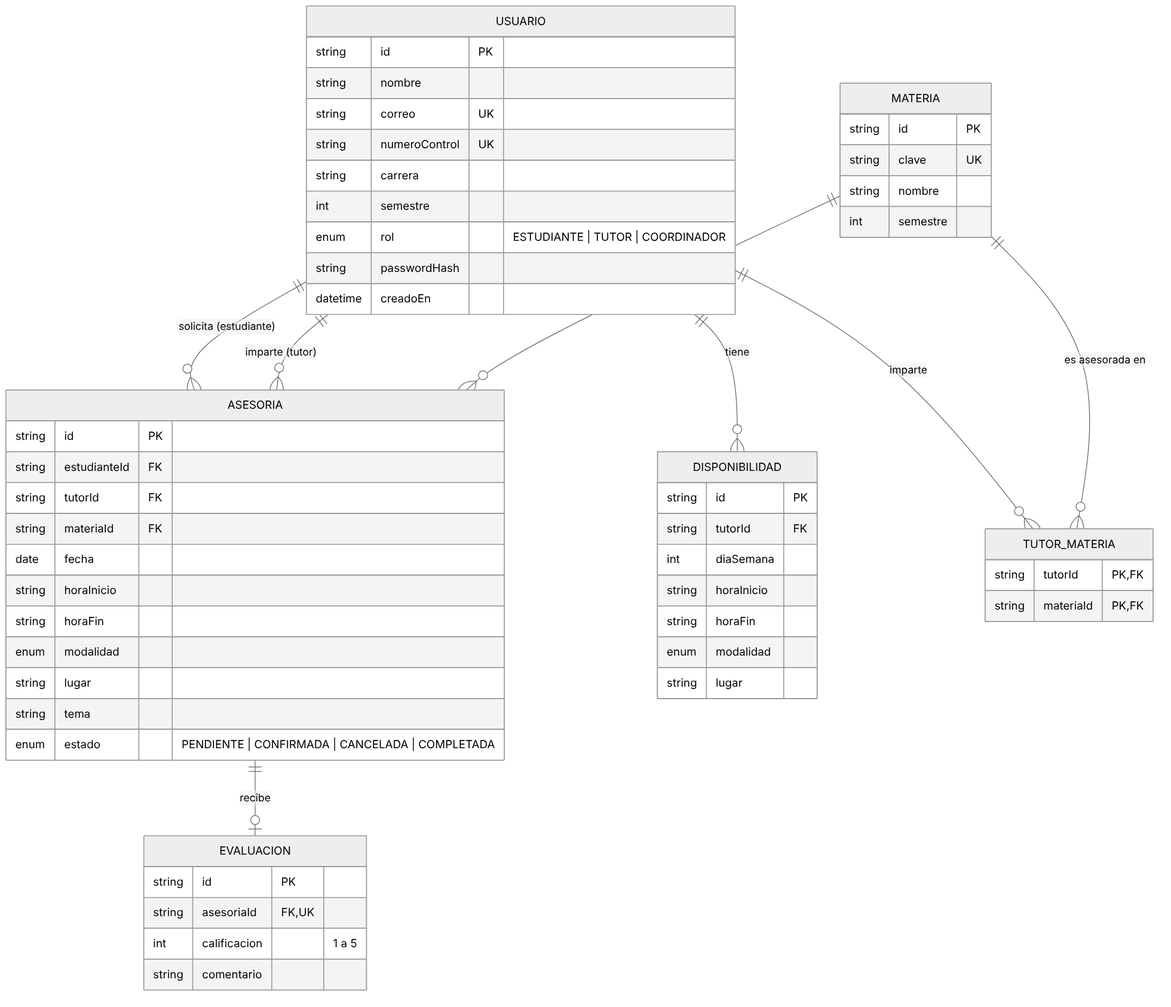
Earlier version of the Mermaid export docs/diagramas/modelo-bd.png (BrisaAguayo/AsesoraTe). Its source is kept beside it as docs/diagramas/modelo-bd.mmd.
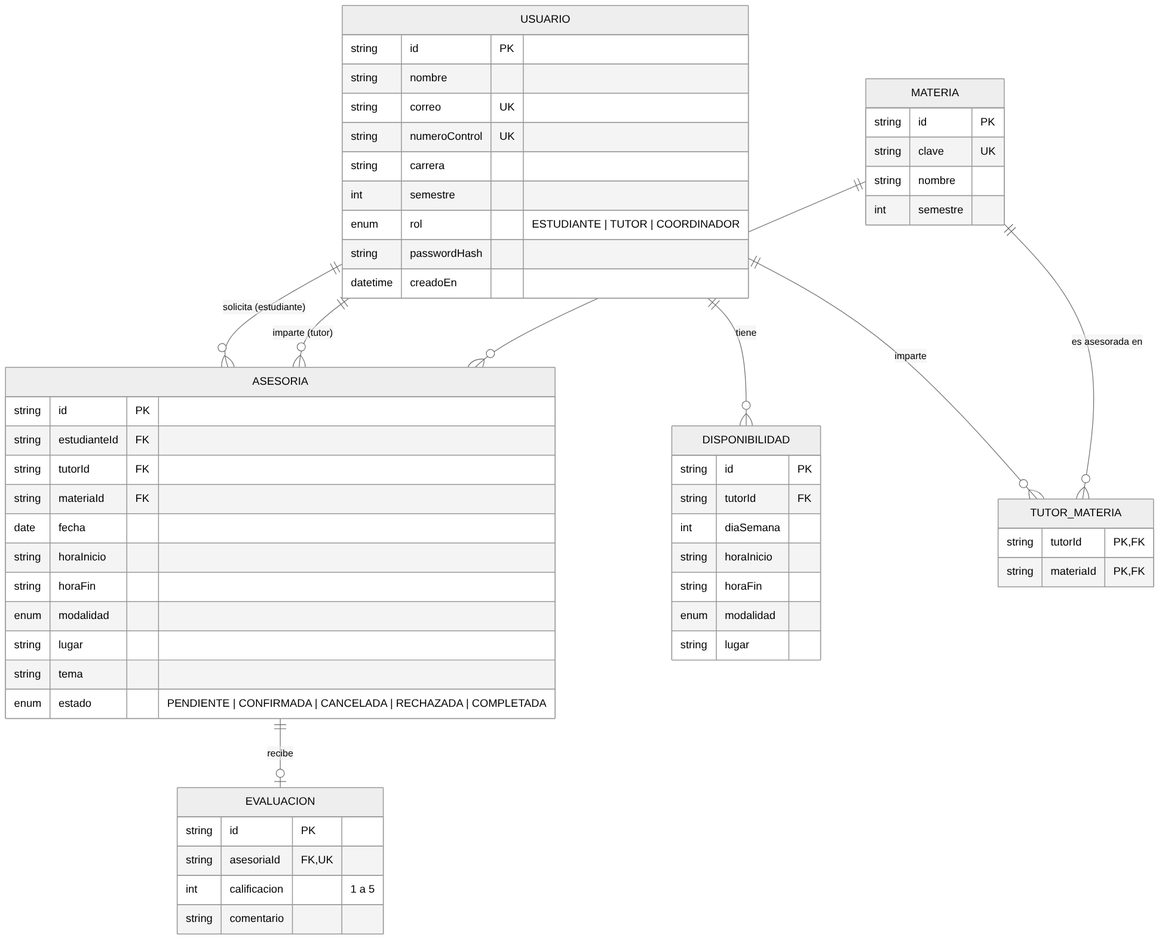
After the change.

Commit message:
docs: agrega el estado RECHAZADA al diagrama del modelo de datos

What changed in the source:
```diff
@@ -48,7 +48,7 @@
         enum modalidad
         string lugar
         string tema
-        enum estado "PENDIENTE | CONFIRMADA | CANCELADA | COMPLETADA"
+        enum estado "PENDIENTE | CONFIRMADA | CANCELADA | RECHAZADA | COMPLETADA"
     }
     EVALUACION {
         string id PK
```
